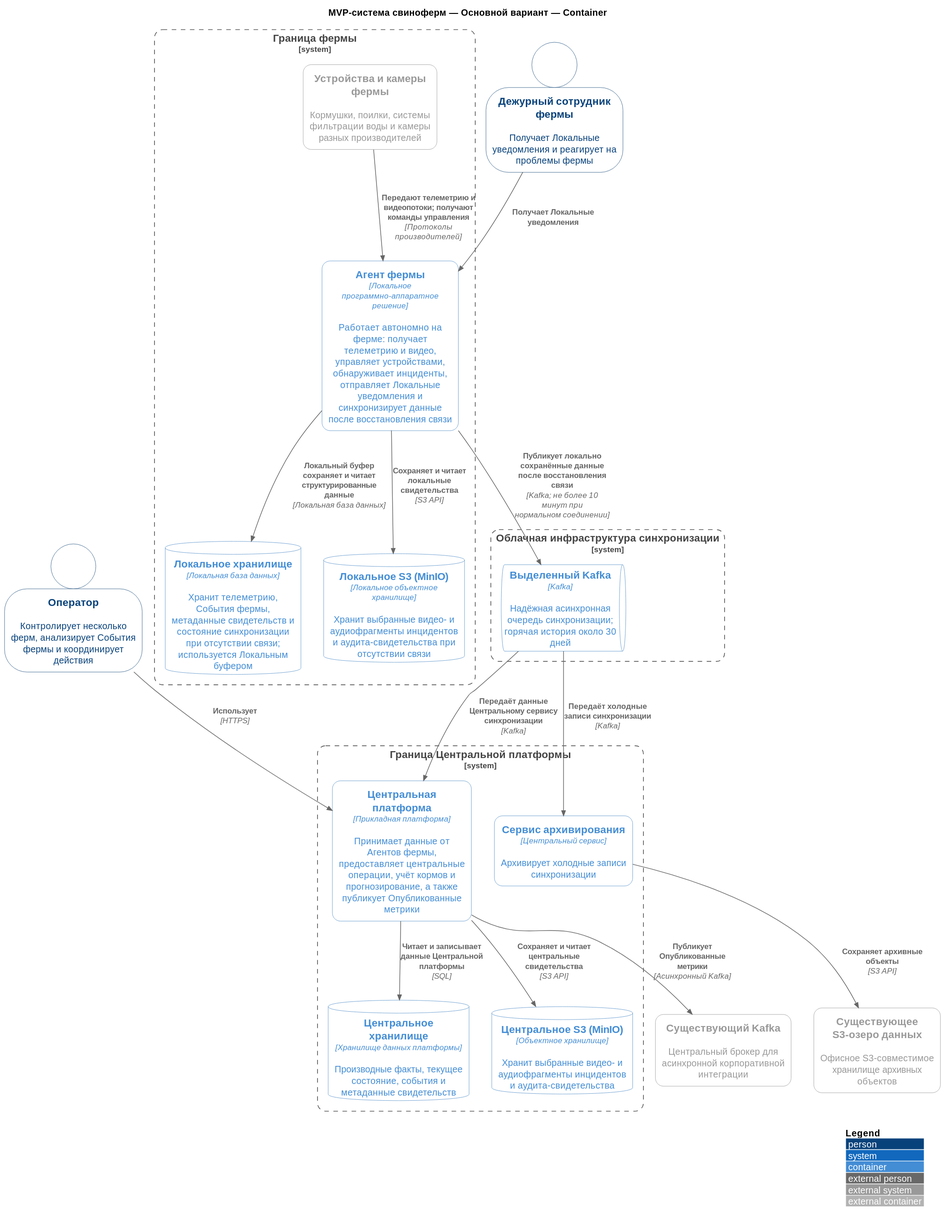
This is Task2/svg/02-01-primary.c4.container.svg from vs-ya-practicum/01-MSA-AgroTech, a PlantUML export, as it was before one commit.
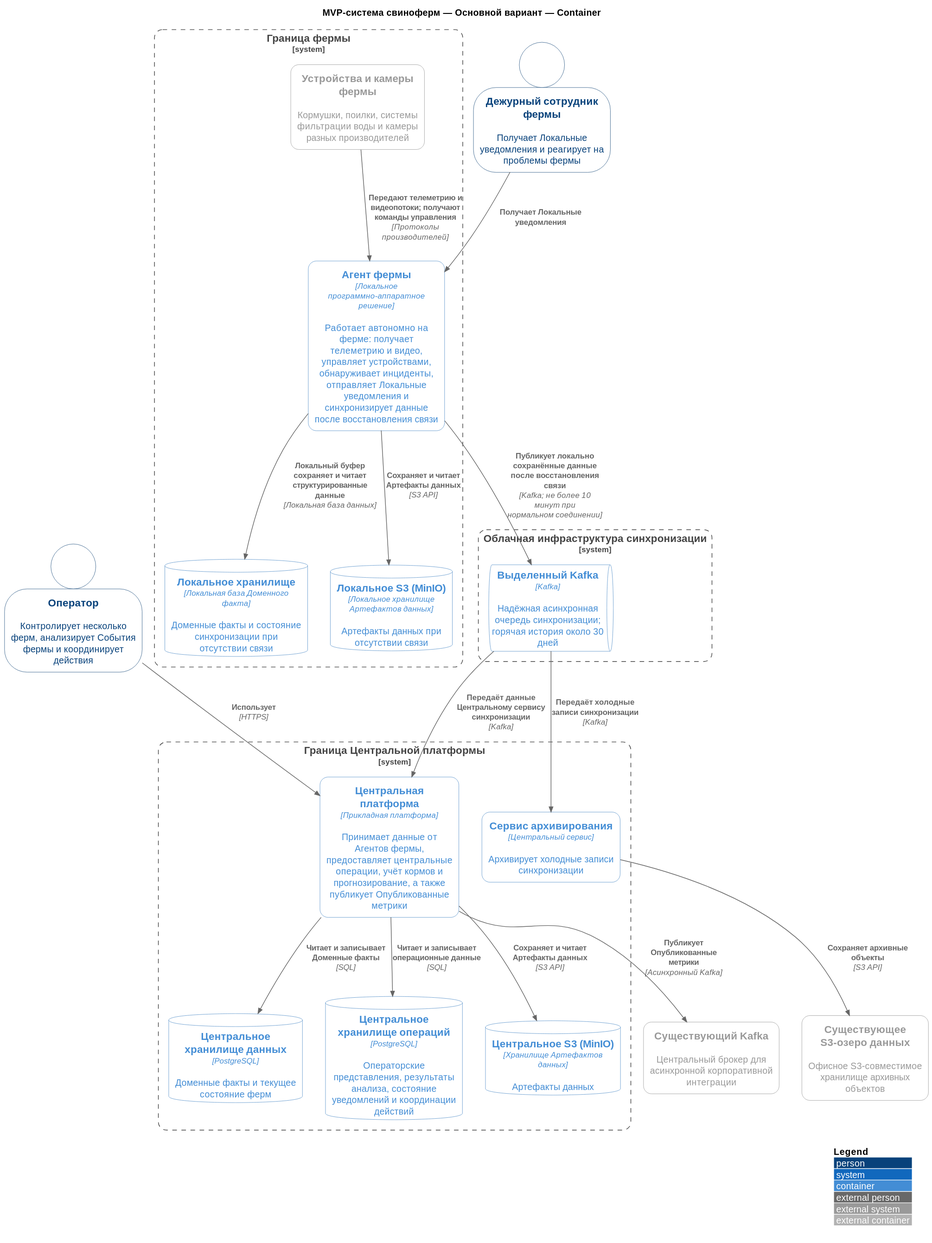
The same file after the commit.

The edit, as a diff of the source:
```diff
@@ -18,27 +18,29 @@
 System_Boundary(centralPlatformBoundary, "Граница Центральной платформы") {
     Container(centralPlatform, "Центральная платформа", "Прикладная платформа", "Принимает данные от Агентов фермы, предоставляет центральные операции, учёт кормов и прогнозирование, а также публикует Опубликованные метрики")
     Container(archiverService, "Сервис архивирования", "Центральный сервис", "Архивирует холодные записи синхронизации")
-    ContainerDb(centralStore, "Центральное хранилище", "Хранилище данных платформы", "Производные факты, текущее состояние, события и метаданные свидетельств")
-    ContainerDb(centralS3, "Центральное S3 (MinIO)", "Объектное хранилище", "Хранит выбранные видео- и аудиофрагменты инцидентов и аудита-свидетельства")
+    ContainerDb(centralDataStore, "Центральное хранилище данных", "PostgreSQL", "Доменные факты и текущее состояние ферм")
+    ContainerDb(centralOperationsStore, "Центральное хранилище операций", "PostgreSQL", "Операторские представления, результаты анализа, состояние уведомлений и координации действий")
+    ContainerDb(centralS3, "Центральное S3 (MinIO)", "Хранилище Артефактов данных", "Артефакты данных")
 }
 
 System_Boundary(farmBoundary, "Граница фермы") {
     System_Ext(farmDevices, "Устройства и камеры фермы", "Кормушки, поилки, системы фильтрации воды и камеры разных производителей")
     Container(farmAgent, "Агент фермы", "Локальное программно-аппаратное решение", "Работает автономно на ферме: получает телеметрию и видео, управляет устройствами, обнаруживает инциденты, отправляет Локальные уведомления и синхронизирует данные после восстановления связи")
-    ContainerDb(localStorage, "Локальное хранилище", "Локальная база данных", "Хранит телеметрию, События фермы, метаданные свидетельств и состояние синхронизации при отсутствии связи; используется Локальным буфером")
-    ContainerDb(localS3, "Локальное S3 (MinIO)", "Локальное объектное хранилище", "Хранит выбранные видео- и аудиофрагменты инцидентов и аудита-свидетельства при отсутствии связи")
+    ContainerDb(localStorage, "Локальное хранилище", "Локальная база Доменного факта", "Доменные факты и состояние синхронизации при отсутствии связи")
+    ContainerDb(localS3, "Локальное S3 (MinIO)", "Локальное хранилище Артефактов данных", "Артефакты данных при отсутствии связи")
 }
 
 Rel(operator, centralPlatform, "Использует", "HTTPS")
 Rel(farmDutyEmployee, farmAgent, "Получает Локальные уведомления")
 Rel(farmDevices, farmAgent, "Передают телеметрию и видеопотоки; получают команды управления", "Протоколы производителей")
-Rel(centralPlatform, centralStore, "Читает и записывает данные Центральной платформы", "SQL")
-Rel(centralPlatform, centralS3, "Сохраняет и читает центральные свидетельства", "S3 API")
+Rel(centralPlatform, centralDataStore, "Читает и записывает Доменные факты", "SQL")
+Rel(centralPlatform, centralOperationsStore, "Читает и записывает операционные данные", "SQL")
+Rel(centralPlatform, centralS3, "Сохраняет и читает Артефакты данных", "S3 API")
 Rel(farmAgent, dedicatedKafka, "Публикует локально сохранённые данные после восстановления связи", "Kafka; не более 10 минут при нормальном соединении")
 Rel(dedicatedKafka, centralPlatform, "Передаёт данные Центральному сервису синхронизации", "Kafka")
 Rel(dedicatedKafka, archiverService, "Передаёт холодные записи синхронизации", "Kafka")
 Rel(archiverService, existingS3DataLake, "Сохраняет архивные объекты", "S3 API")
 Rel(farmAgent, localStorage, "Локальный буфер сохраняет и читает структурированные данные", "Локальная база данных")
-Rel(farmAgent, localS3, "Сохраняет и читает локальные свидетельства", "S3 API")
+Rel(farmAgent, localS3, "Сохраняет и читает Артефакты данных", "S3 API")
 Rel(centralPlatform, existingKafka, "Публикует Опубликованные метрики", "Асинхронный Kafka")
 @enduml
```
